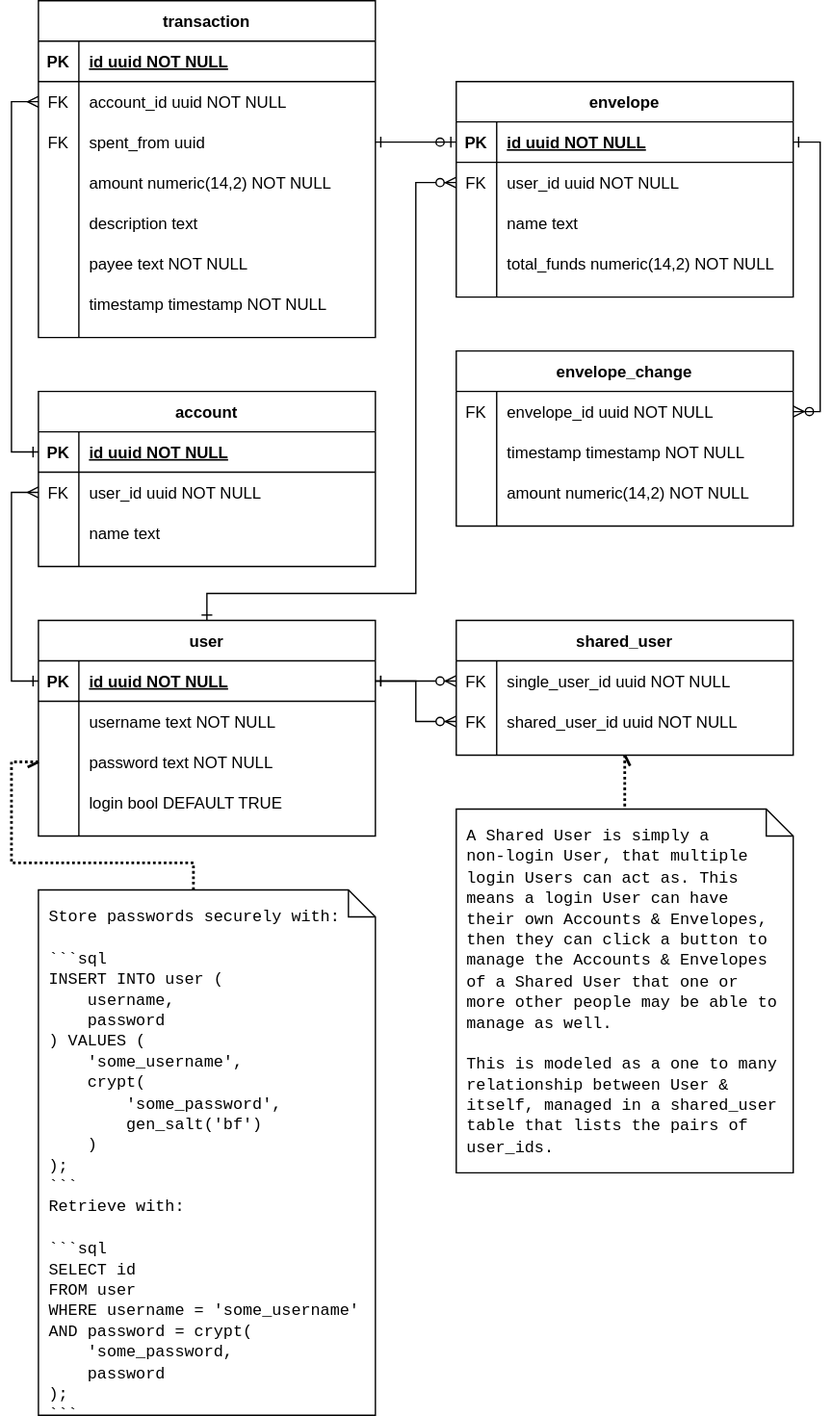
The draw.io diagram data-er.svg in andrew-chang-dewitt/hoops-api, before a commit. Source tidied: cells renumbered, new cells last; positions are measured from the earlier drawing's top-left corner, leaving out a move shared by most shapes.
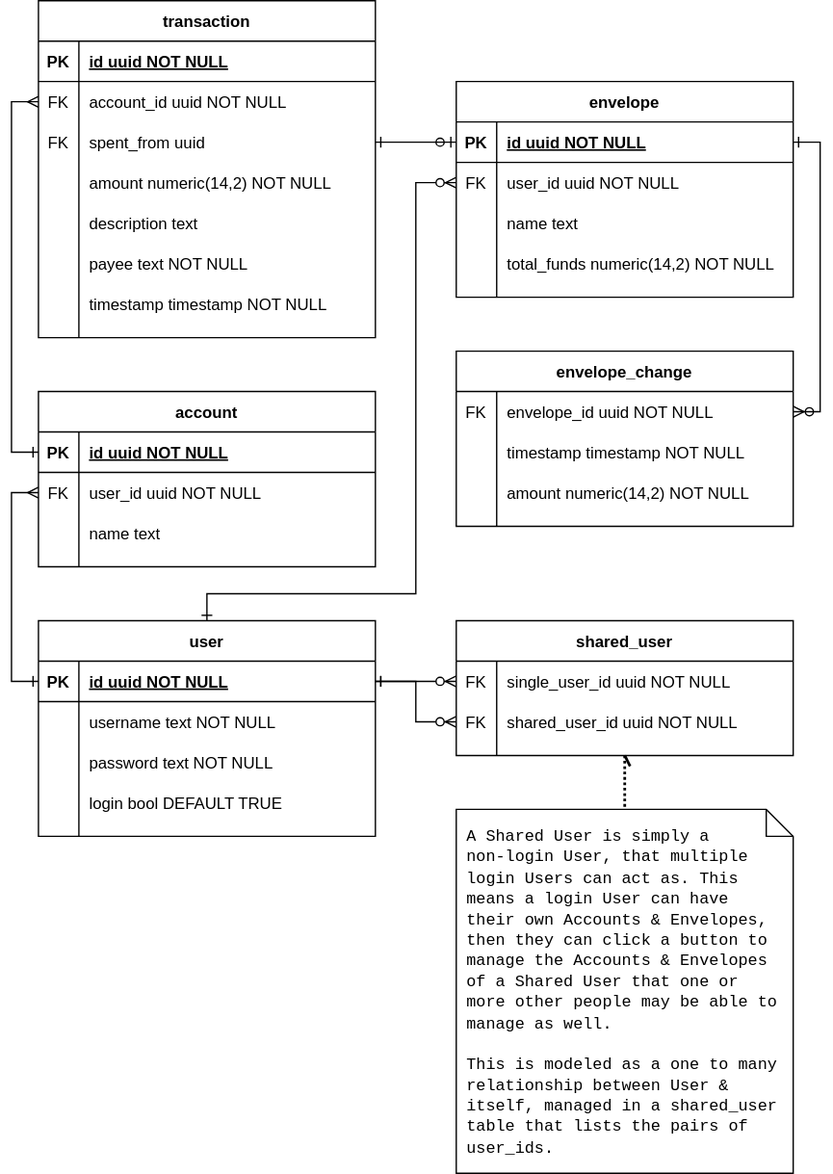
After the change.

Commit message:
Remove unrelated note.

Change to the diagram source:
````diff
@@ -277,19 +277,6 @@
         </Array>
       </mxGeometry>
     </mxCell>
-    <mxCell id="85" value="&lt;font face=&quot;Courier New&quot;&gt;Store passwords securely with:&lt;br&gt;&lt;br&gt;```sql&lt;br&gt;INSERT INTO user (&lt;br&gt;&amp;nbsp; &amp;nbsp; username, &lt;br&gt;&amp;nbsp; &amp;nbsp; password&lt;br&gt;)&amp;nbsp;VALUES (&lt;br&gt;&amp;nbsp; &amp;nbsp; 'some_username',&lt;br&gt;&amp;nbsp; &amp;nbsp; crypt(&lt;br&gt;&amp;nbsp; &amp;nbsp; &amp;nbsp; &amp;nbsp; 'some_password', &lt;br&gt;&amp;nbsp; &amp;nbsp; &amp;nbsp; &amp;nbsp; gen_salt('bf')&lt;br&gt;&amp;nbsp; &amp;nbsp; )&lt;br&gt;);&lt;br&gt;```&lt;br&gt;Retrieve with:&lt;br&gt;&lt;br&gt;```sql&lt;br&gt;SELECT id&lt;br&gt;FROM user&lt;br&gt;WHERE username = 'some_username'&lt;br&gt;AND password = crypt(&lt;br&gt;&amp;nbsp; &amp;nbsp; 'some_password, &lt;br&gt;&amp;nbsp; &amp;nbsp; password&lt;br&gt;);&lt;br&gt;```&lt;/font&gt;" style="shape=note;size=20;whiteSpace=wrap;html=1;fillColor=none;align=left;verticalAlign=top;perimeterSpacing=0;spacingTop=6;spacingLeft=6;spacingBottom=6;spacingRight=6;strokeColor=default;fontColor=default;" parent="1" vertex="1">
-      <mxGeometry x="20" y="660" width="250" height="390" as="geometry" />
-    </mxCell>
-    <mxCell id="86" style="edgeStyle=orthogonalEdgeStyle;rounded=0;jumpStyle=arc;jettySize=auto;html=1;labelBackgroundColor=default;fontColor=default;startArrow=openAsync;startFill=0;endArrow=none;endFill=0;strokeColor=default;entryX=0;entryY=0;entryDx=115;entryDy=0;entryPerimeter=0;dashed=1;dashPattern=1 1;strokeWidth=2;" parent="1" edge="1" target="85">
-      <mxGeometry relative="1" as="geometry">
-        <mxPoint x="20" y="565" as="sourcePoint" />
-        <Array as="points">
-          <mxPoint y="565" />
-          <mxPoint y="640" />
-          <mxPoint x="135" y="640" />
-        </Array>
-      </mxGeometry>
-    </mxCell>
     <mxCell id="87" value="&lt;font face=&quot;Courier New&quot;&gt;A Shared User is simply a &lt;br&gt;non-login User, that multiple login Users can act as. This means a login User can have their own Accounts &amp;amp; Envelopes, then they can click a button to manage the Accounts &amp;amp; Envelopes of a Shared User that one or more other people may be able to manage as well.&lt;br&gt;&lt;br&gt;This is modeled as a one to many relationship between User &amp;amp; itself, managed in a shared_user table that lists the pairs of user_ids.&amp;nbsp;&lt;br&gt;&lt;/font&gt;" style="shape=note;size=20;whiteSpace=wrap;html=1;fillColor=none;align=left;verticalAlign=top;perimeterSpacing=0;spacingTop=6;spacingLeft=6;spacingBottom=6;spacingRight=6;strokeColor=default;fontColor=default;" parent="1" vertex="1">
       <mxGeometry x="330" y="600" width="250" height="270" as="geometry" />
     </mxCell>
````
